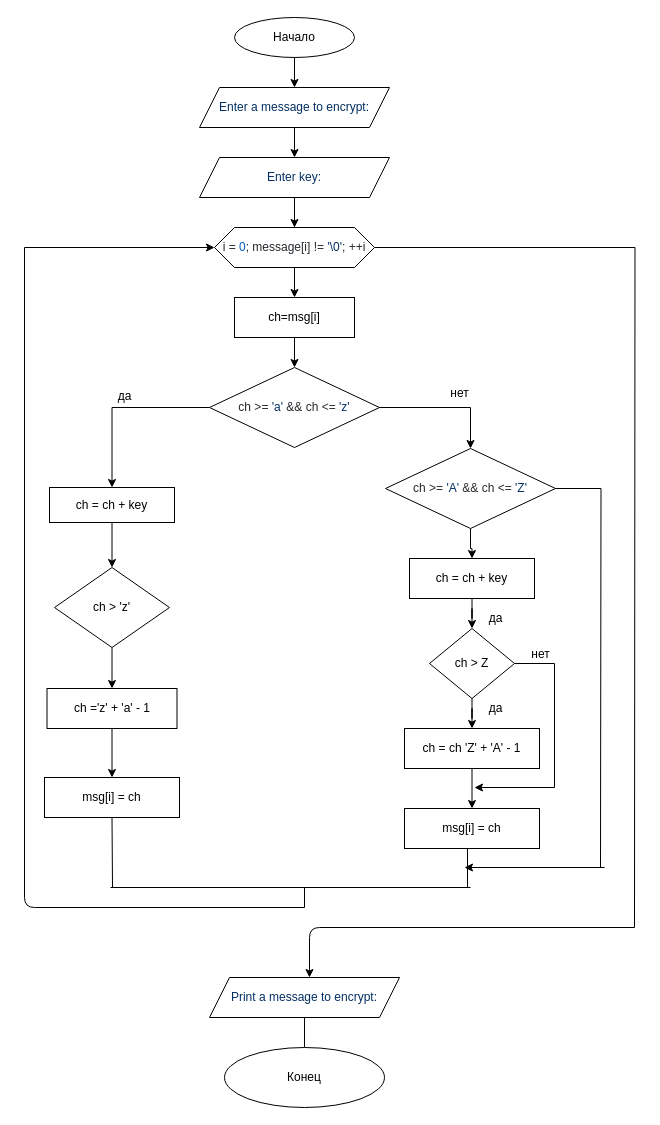
Above: Untitled Diagram.drawio in Longnguyen2006/Caesar-cipher (draw.io), before the change. Source tidied: cells renumbered, new cells numbered last; positions are measured from the earlier drawing's top-left corner, leaving out a move shared by most shapes. Both pictures are drawn from the tidied source at 100%, with x=0, y=0 at pixel (24, 17).
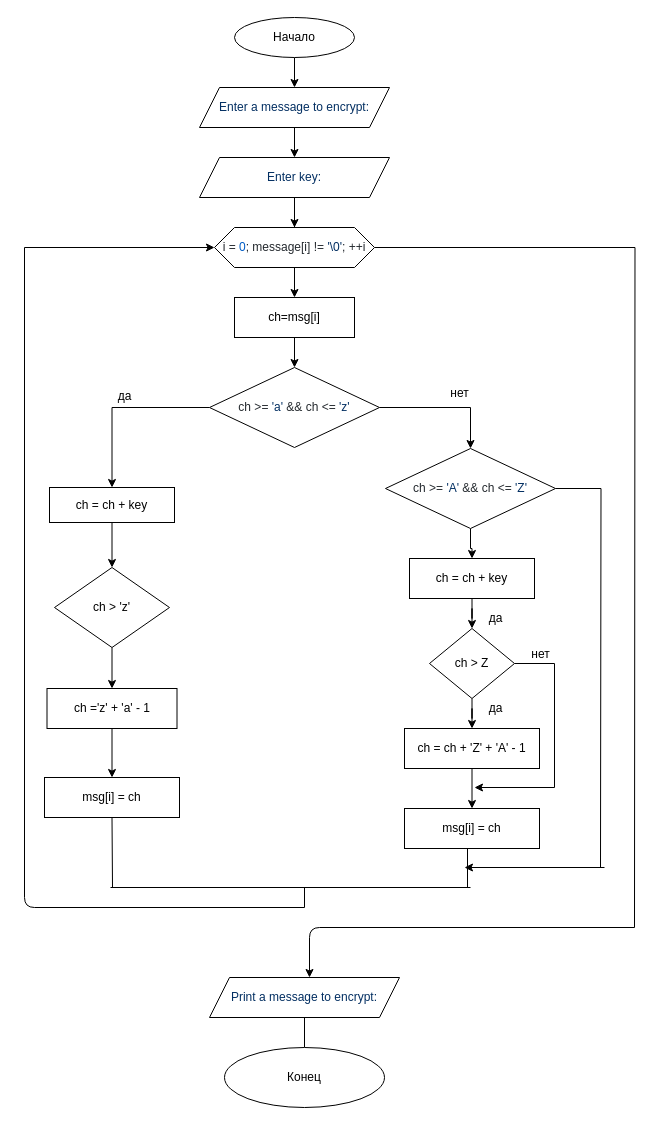
After the change.

Diff of the diagram source:
```diff
@@
-    <mxCell id="37" value="ch = ch 'Z' + 'A' - 1" style="whiteSpace=wrap;html=1;" parent="1" vertex="1">
+    <mxCell id="37" value="ch = ch + 'Z' + 'A' - 1" style="whiteSpace=wrap;html=1;" parent="1" vertex="1">
       <mxGeometry x="380" y="711" width="135" height="40" as="geometry" />
     </mxCell>
```
